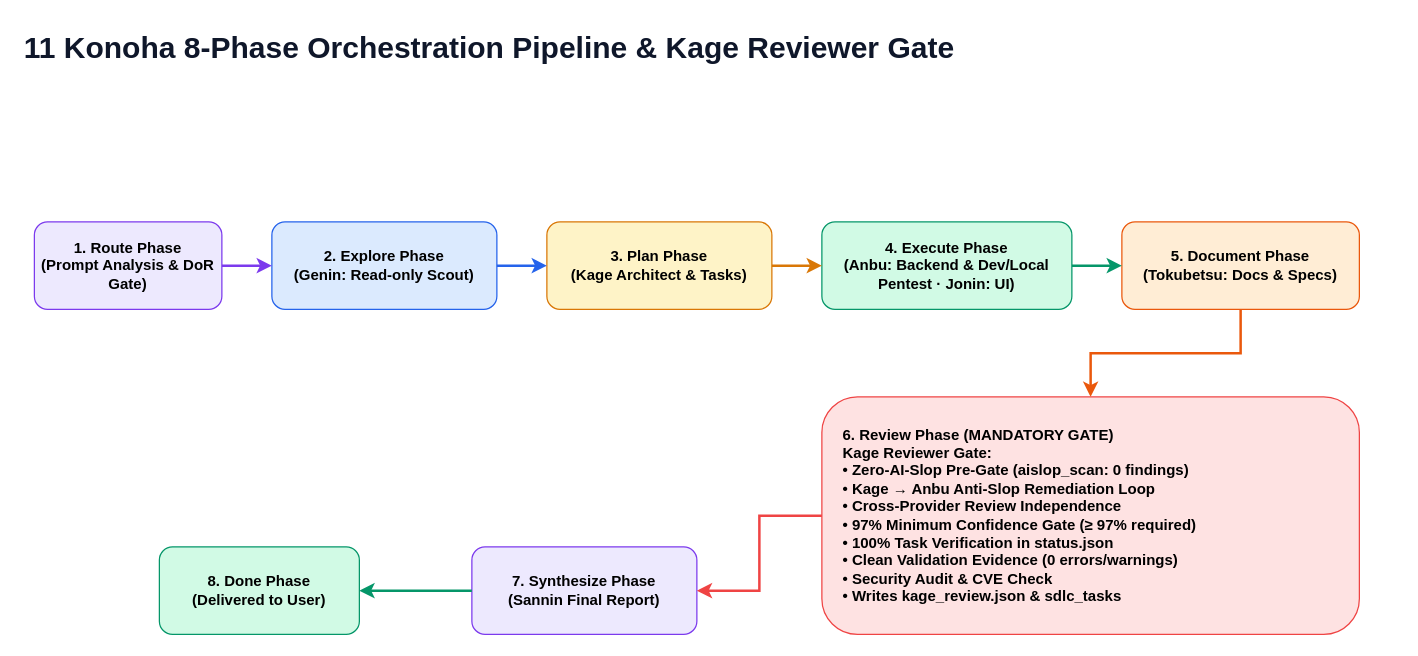
Earlier version of the draw.io diagram page "11 Kage Pre-Delivery Reviewer Workflow Gate" (11 of 12) of docs/diagrams/konoha-architecture.drawio (andycungkrinx91/konoha). Source tidied: cells renumbered, new cells numbered last; positions are measured from the earlier drawing's top-left corner, leaving out a move shared by most shapes. Both pictures are drawn from the tidied source at 125%, with x=0, y=0 at pixel (21, 21).
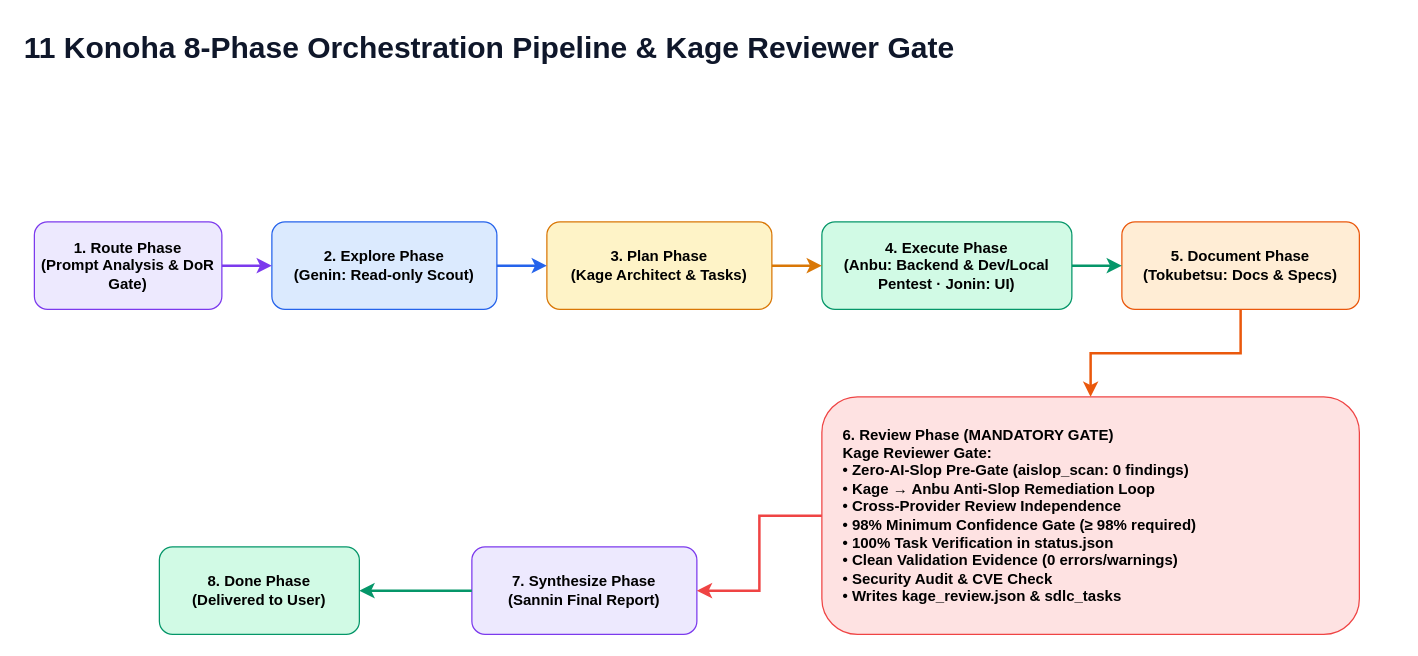
Above is the later version.

Change to the diagram source:
```diff
@@
 <mxGraphModel>
   <root>
     <mxCell id="0" />
     <mxCell id="1" parent="0" />
     <mxCell id="2" value="11 Konoha 8-Phase Orchestration Pipeline &amp; Kage Reviewer Gate" style="text;html=1;strokeColor=none;fillColor=none;fontColor=#0f172a;fontSize=24;fontStyle=1;align=left;" parent="1" vertex="1">
       <mxGeometry width="1100" height="40" as="geometry" />
     </mxCell>
     <mxCell id="3" value="1. Route Phase&#10;(Prompt Analysis &amp; DoR Gate)" style="rounded=1;html=1;whiteSpace=wrap;fillColor=#ede9fe;strokeColor=#7c3aed;fontStyle=1;align=center;" parent="1" vertex="1">
       <mxGeometry x="10" y="160" width="150" height="70" as="geometry" />
     </mxCell>
     <mxCell id="4" value="2. Explore Phase&#10;(Genin: Read-only Scout)" style="rounded=1;html=1;whiteSpace=wrap;fillColor=#dbeafe;strokeColor=#2563eb;fontStyle=1;align=center;" parent="1" vertex="1">
       <mxGeometry x="200" y="160" width="180" height="70" as="geometry" />
     </mxCell>
     <mxCell id="5" value="3. Plan Phase&#10;(Kage Architect &amp; Tasks)" style="rounded=1;html=1;whiteSpace=wrap;fillColor=#fef3c7;strokeColor=#d97706;fontStyle=1;align=center;" parent="1" vertex="1">
       <mxGeometry x="420" y="160" width="180" height="70" as="geometry" />
     </mxCell>
     <mxCell id="6" value="4. Execute Phase&#10;(Anbu: Backend &amp; Dev/Local Pentest · Jonin: UI)" style="rounded=1;html=1;whiteSpace=wrap;fillColor=#d1fae5;strokeColor=#059669;fontStyle=1;align=center;" parent="1" vertex="1">
       <mxGeometry x="640" y="160" width="200" height="70" as="geometry" />
     </mxCell>
     <mxCell id="7" value="5. Document Phase&#10;(Tokubetsu: Docs &amp; Specs)" style="rounded=1;html=1;whiteSpace=wrap;fillColor=#ffedd5;strokeColor=#ea580c;fontStyle=1;align=center;" parent="1" vertex="1">
       <mxGeometry x="880" y="160" width="190" height="70" as="geometry" />
     </mxCell>
-    <mxCell id="8" value="6. Review Phase (MANDATORY GATE)&#10;Kage Reviewer Gate:&#10;• Zero-AI-Slop Pre-Gate (aislop_scan: 0 findings)&#10;• Kage → Anbu Anti-Slop Remediation Loop&#10;• Cross-Provider Review Independence&#10;• 97% Minimum Confidence Gate (≥ 97% required)&#10;• 100% Task Verification in status.json&#10;• Clean Validation Evidence (0 errors/warnings)&#10;• Security Audit &amp; CVE Check&#10;• Writes kage_review.json &amp; sdlc_tasks" style="rounded=1;html=1;whiteSpace=wrap;fillColor=#fee2e2;strokeColor=#ef4444;fontStyle=1;align=left;spacingLeft=15;" parent="1" vertex="1">
+    <mxCell id="8" value="6. Review Phase (MANDATORY GATE)&#10;Kage Reviewer Gate:&#10;• Zero-AI-Slop Pre-Gate (aislop_scan: 0 findings)&#10;• Kage → Anbu Anti-Slop Remediation Loop&#10;• Cross-Provider Review Independence&#10;• 98% Minimum Confidence Gate (≥ 98% required)&#10;• 100% Task Verification in status.json&#10;• Clean Validation Evidence (0 errors/warnings)&#10;• Security Audit &amp; CVE Check&#10;• Writes kage_review.json &amp; sdlc_tasks" style="rounded=1;html=1;whiteSpace=wrap;fillColor=#fee2e2;strokeColor=#ef4444;fontStyle=1;align=left;spacingLeft=15;" parent="1" vertex="1">
       <mxGeometry x="640" y="300" width="430" height="190" as="geometry" />
     </mxCell>
     <mxCell id="9" value="7. Synthesize Phase&#10;(Sannin Final Report)" style="rounded=1;html=1;whiteSpace=wrap;fillColor=#ede9fe;strokeColor=#7c3aed;fontStyle=1;align=center;" parent="1" vertex="1">
       <mxGeometry x="360" y="420" width="180" height="70" as="geometry" />
     </mxCell>
     <mxCell id="10" value="8. Done Phase&#10;(Delivered to User)" style="rounded=1;html=1;whiteSpace=wrap;fillColor=#d1fae5;strokeColor=#059669;fontStyle=1;align=center;" parent="1" vertex="1">
       <mxGeometry x="110" y="420" width="160" height="70" as="geometry" />
     </mxCell>
     <mxCell id="11" style="edgeStyle=orthogonalEdgeStyle;rounded=0;html=1;strokeColor=#7c3aed;strokeWidth=2;" parent="1" edge="1" source="3" target="4">
       <mxGeometry relative="1" as="geometry" />
     </mxCell>
     <mxCell id="12" style="edgeStyle=orthogonalEdgeStyle;rounded=0;html=1;strokeColor=#2563eb;strokeWidth=2;" parent="1" edge="1" source="4" target="5">
       <mxGeometry relative="1" as="geometry" />
     </mxCell>
     <mxCell id="13" style="edgeStyle=orthogonalEdgeStyle;rounded=0;html=1;strokeColor=#d97706;strokeWidth=2;" parent="1" edge="1" source="5" target="6">
       <mxGeometry relative="1" as="geometry" />
     </mxCell>
     <mxCell id="14" style="edgeStyle=orthogonalEdgeStyle;rounded=0;html=1;strokeColor=#059669;strokeWidth=2;" parent="1" edge="1" source="6" target="7">
       <mxGeometry relative="1" as="geometry" />
     </mxCell>
     <mxCell id="15" style="edgeStyle=orthogonalEdgeStyle;rounded=0;html=1;strokeColor=#ea580c;strokeWidth=2;" parent="1" edge="1" source="7" target="8">
       <mxGeometry relative="1" as="geometry" />
     </mxCell>
     <mxCell id="16" style="edgeStyle=orthogonalEdgeStyle;rounded=0;html=1;strokeColor=#ef4444;strokeWidth=2;" parent="1" edge="1" source="8" target="9">
       <mxGeometry relative="1" as="geometry" />
     </mxCell>
     <mxCell id="17" style="edgeStyle=orthogonalEdgeStyle;rounded=0;html=1;strokeColor=#059669;strokeWidth=2;" parent="1" edge="1" source="9" target="10">
       <mxGeometry relative="1" as="geometry" />
     </mxCell>
   </root>
 </mxGraphModel>
```
